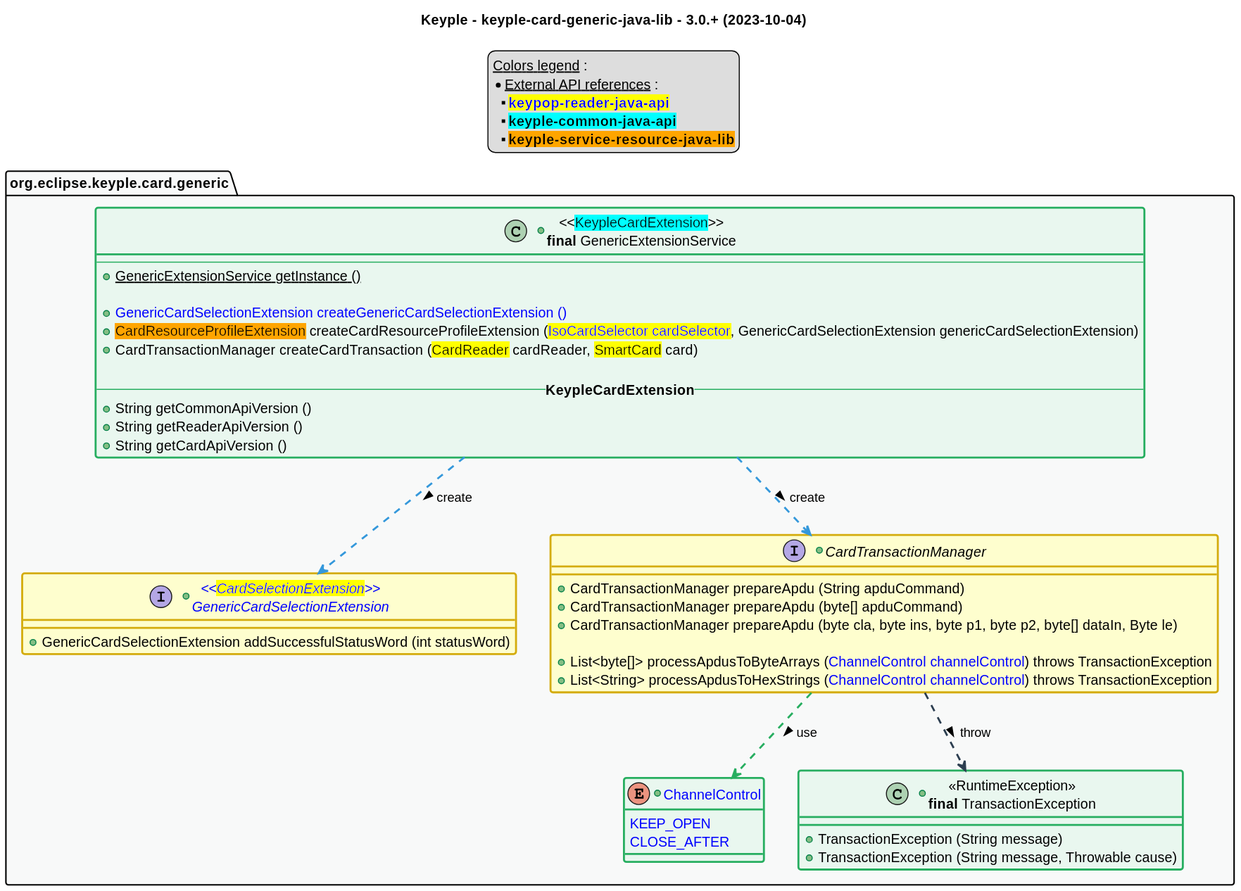
Above: src/main/uml/api_class_diagram.svg in eclipse-keyple/keyple-card-generic-java-lib (PlantUML), before the change.
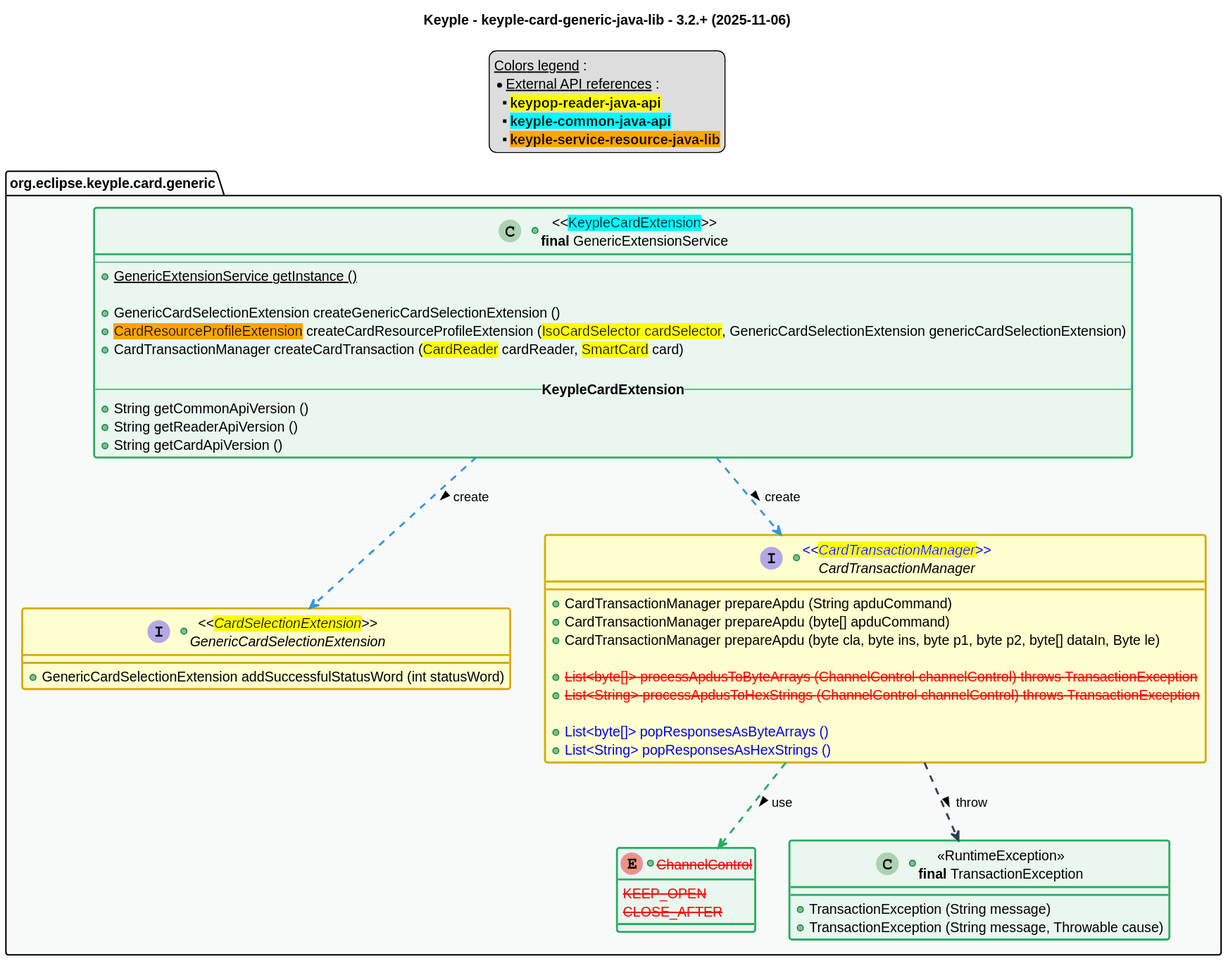
The same file after the commit.

Diff of the diagram source:
```diff
@@ -1,6 +1,6 @@
 @startuml
 title
-    Keyple - keyple-card-generic-java-lib - 3.0.+ (2023-10-04)
+    Keyple - keyple-card-generic-java-lib - 3.2.+ (2025-11-06)
 end title
 
 
@@ -44,7 +44,7 @@
 legend top
     __Colors legend__ :
     * __External API references__ :
-    ** <color:blue><back:yellow>**keypop-reader-java-api**</back>
+    ** <back:yellow>**keypop-reader-java-api**</back>
     ** <back:cyan>**keyple-common-java-api**</back>
     ** <back:orange>**keyple-service-resource-java-lib**</back>
 end legend
@@ -54,8 +54,8 @@
         --
         +{static} GenericExtensionService getInstance ()
 
-        +<color:blue>GenericCardSelectionExtension createGenericCardSelectionExtension ()
-        +<back:orange>CardResourceProfileExtension</back> createCardResourceProfileExtension (<color:blue><back:yellow>IsoCardSelector cardSelector</back></color>, GenericCardSelectionExtension genericCardSelectionExtension)
+        +GenericCardSelectionExtension createGenericCardSelectionExtension ()
+        +<back:orange>CardResourceProfileExtension</back> createCardResourceProfileExtension (<back:yellow>IsoCardSelector cardSelector</back>, GenericCardSelectionExtension genericCardSelectionExtension)
         +CardTransactionManager createCardTransaction (<back:yellow>CardReader</back> cardReader, <back:yellow>SmartCard</back> card)
 
         -- **KeypleCardExtension** --
@@ -63,20 +63,23 @@
         +String getReaderApiVersion ()
         +String getCardApiVersion ()
     }
-    +interface "<color:blue><<<back:yellow>CardSelectionExtension</back>>>\n<color:blue>GenericCardSelectionExtension" as GenericCardSelectionExtension {
+    +interface "<<<back:yellow>CardSelectionExtension</back>>>\nGenericCardSelectionExtension" as GenericCardSelectionExtension {
         +GenericCardSelectionExtension addSuccessfulStatusWord (int statusWord)
     }
-    +interface CardTransactionManager {
+    +interface "<color:blue><<<back:yellow>CardTransactionManager</back>>></color>\nCardTransactionManager" as CardTransactionManager {
         +CardTransactionManager prepareApdu (String apduCommand)
         +CardTransactionManager prepareApdu (byte[] apduCommand)
         +CardTransactionManager prepareApdu (byte cla, byte ins, byte p1, byte p2, byte[] dataIn, Byte le)
 
-        +List<byte[]> processApdusToByteArrays (<color:blue>ChannelControl channelControl</color>) throws TransactionException
-        +List<String> processApdusToHexStrings (<color:blue>ChannelControl channelControl</color>) throws TransactionException
+        +<color:red><s>List<byte[]> processApdusToByteArrays (ChannelControl channelControl) throws TransactionException
+        +<color:red><s>List<String> processApdusToHexStrings (ChannelControl channelControl) throws TransactionException
+
+        +<color:blue>List<byte[]> popResponsesAsByteArrays ()
+        +<color:blue>List<String> popResponsesAsHexStrings ()
     }
-    +enum "<color:blue>ChannelControl" as ChannelControl <<green>> {
-        <color:blue>KEEP_OPEN
-        <color:blue>CLOSE_AFTER
+    +enum "<color:red><s>ChannelControl" as ChannelControl <<green>> {
+        <color:red><s>KEEP_OPEN
+        <color:red><s>CLOSE_AFTER
     }
     +class "<<RuntimeException>>\n**final** TransactionException" as TransactionException <<green>> {
         +TransactionException (String message)
```
